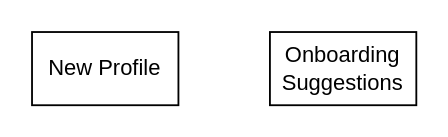
Before: designs/architecture/ActionML.drawio in UniversalDot/documents, a draw.io diagram. Source tidied: cells renumbered, new cells numbered last; positions are measured from the earlier drawing's top-left corner, leaving out a move shared by most shapes. Both pictures are drawn from the tidied source at 183%, with x=0, y=0 at pixel (31, 31).
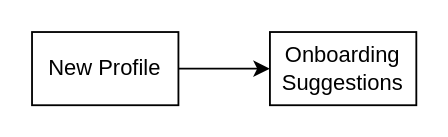
The same page after the edit.

What changed in the source:
```diff
@@
 <mxGraphModel>
   <root>
     <mxCell id="0" />
     <mxCell id="1" parent="0" />
+    <mxCell id="4" style="edgeStyle=orthogonalEdgeStyle;rounded=0;jettySize=auto;html=1;entryX=0;entryY=0.5;entryDx=0;entryDy=0;" parent="1" edge="1" source="2" target="3">
+      <mxGeometry relative="1" as="geometry" />
+    </mxCell>
     <mxCell id="2" value="New Profile" style="rounded=0;whiteSpace=wrap;html=1;" parent="1" vertex="1">
       <mxGeometry width="80" height="40" as="geometry" />
     </mxCell>
     <mxCell id="3" value="Onboarding Suggestions" style="rounded=0;whiteSpace=wrap;html=1;" parent="1" vertex="1">
       <mxGeometry x="130" width="80" height="40" as="geometry" />
     </mxCell>
   </root>
 </mxGraphModel>
```
